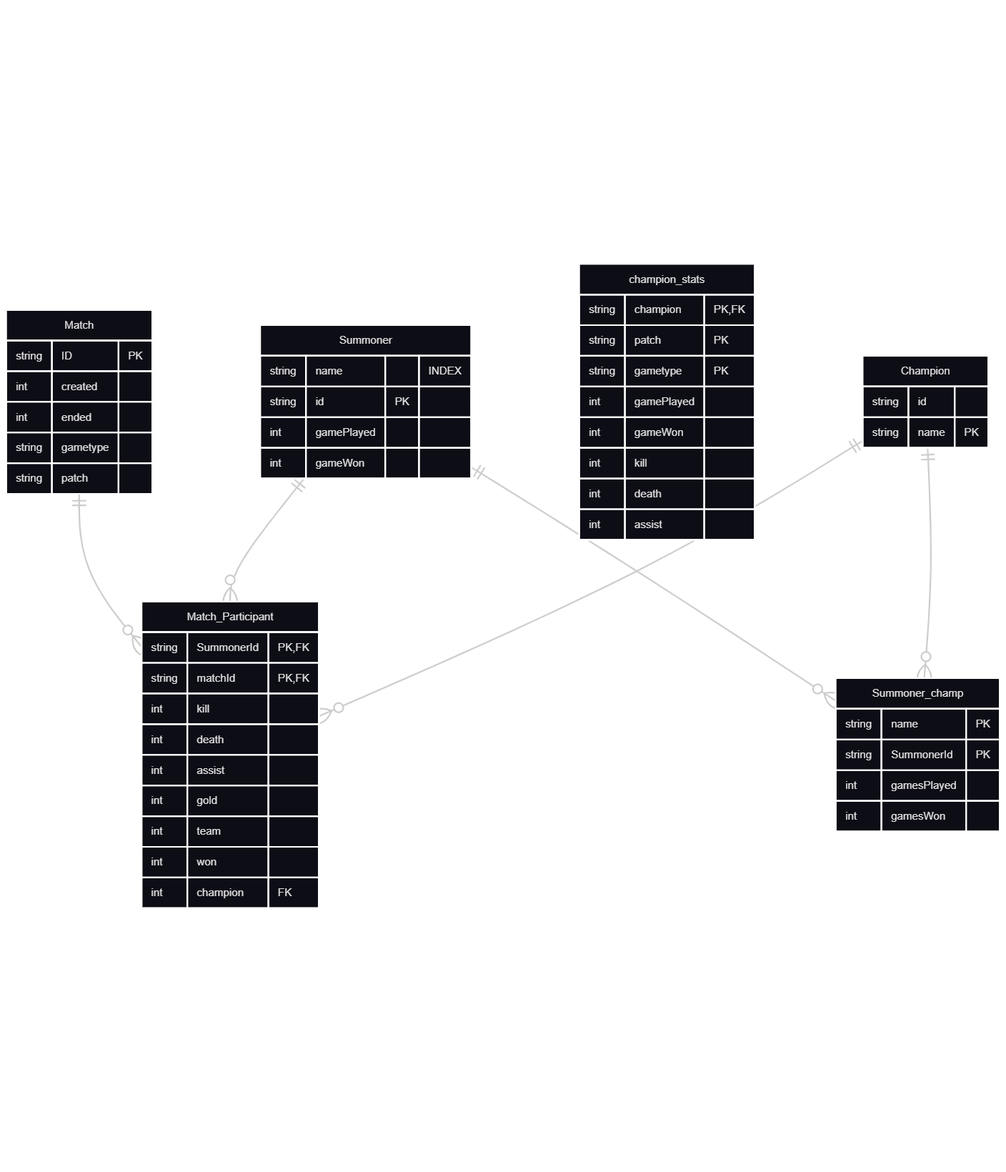
Earlier version of the Mermaid export specification/diagrams/Database.png (rutaji/loltracker). Its source is kept beside it as specification/diagrams/Database.mmd.
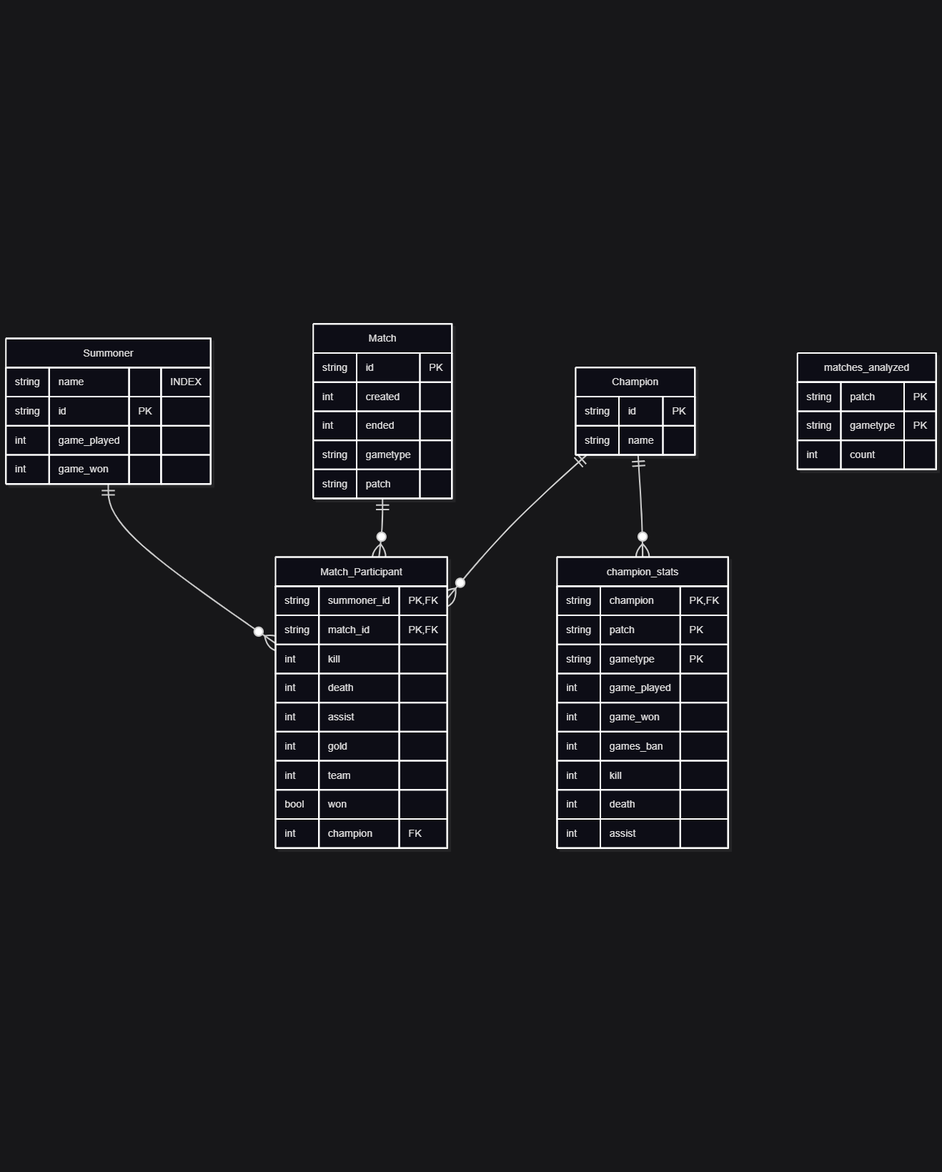
After the commit.

Change to the diagram source:
```diff
@@ -14,12 +14,12 @@
         int assist
         int gold
         int team
-        int won
+        bool won
         int champion FK
     }
     Champion{
-        string id
-        string name PK
+        string id PK
+        string name
     }
     champion_stats{
         string champion PK, FK
@@ -27,7 +27,6 @@
         string gametype PK
         int game_played
         int game_won
-        int games_picked
         int games_ban
         int kill
         int death
@@ -39,6 +38,11 @@
         int game_played
         int game_won
     }
+    matches_analyzed{
+        string patch PK
+        string gametype PK
+        int count
+    }
 
     Summoner ||--o{ Match_Participant : ""
     Match ||--o{ Match_Participant : ""
```
